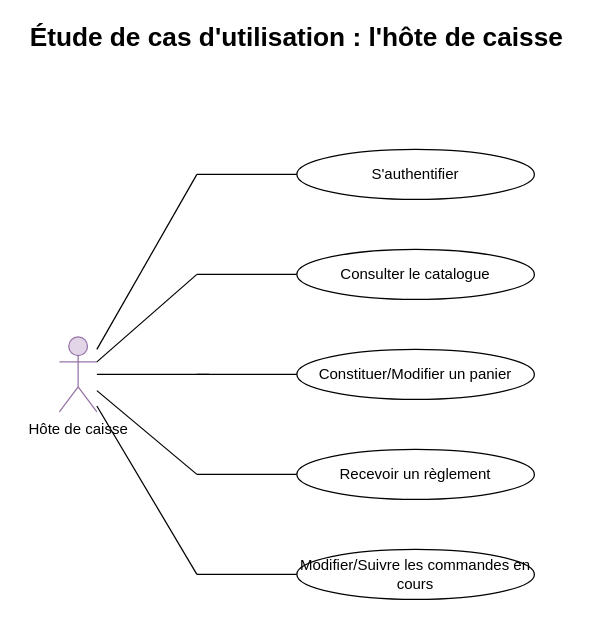
Above: Hote de caisse.drawio in OMorlotti/P4-analyser-les-besoin-de-mon-client-pour-son-groupe-de-pizzerias (draw.io), before the change. Source tidied: cells renumbered, new cells numbered last; positions are measured from the earlier drawing's top-left corner, leaving out a move shared by most shapes. Both pictures are drawn from the tidied source at 125%, with x=0, y=0 at pixel (21, 24).
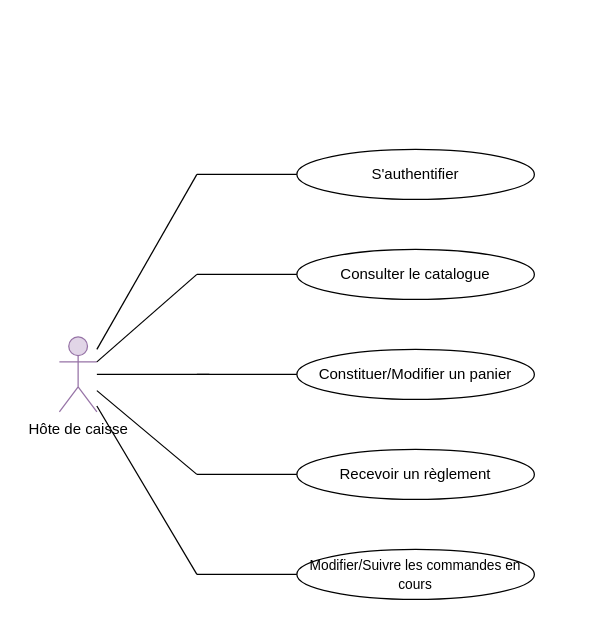
The same diagram, later.

Diff of the diagram source:
```diff
@@
-    <mxCell id="7" value="Modifier/Suivre les commandes en cours" style="ellipse;whiteSpace=wrap;html=1;" parent="1" vertex="1">
+    <mxCell id="7" value="&lt;font style=&quot;font-size: 11px&quot;&gt;Modifier/Suivre les commandes en cours&lt;/font&gt;" style="ellipse;whiteSpace=wrap;html=1;" parent="1" vertex="1">
       <mxGeometry x="220" y="420" width="190" height="40" as="geometry" />
     </mxCell>
@@
-    <mxCell id="18" value="&lt;font size=&quot;1&quot;&gt;&lt;b style=&quot;font-size: 21px&quot;&gt;Étude de cas d'utilisation : l'hôte de caisse&lt;/b&gt;&lt;/font&gt;" style="text;html=1;strokeColor=none;fillColor=none;align=center;verticalAlign=middle;whiteSpace=wrap;rounded=0;" parent="1" vertex="1">
-      <mxGeometry width="440" height="20" as="geometry" />
-    </mxCell>
```
